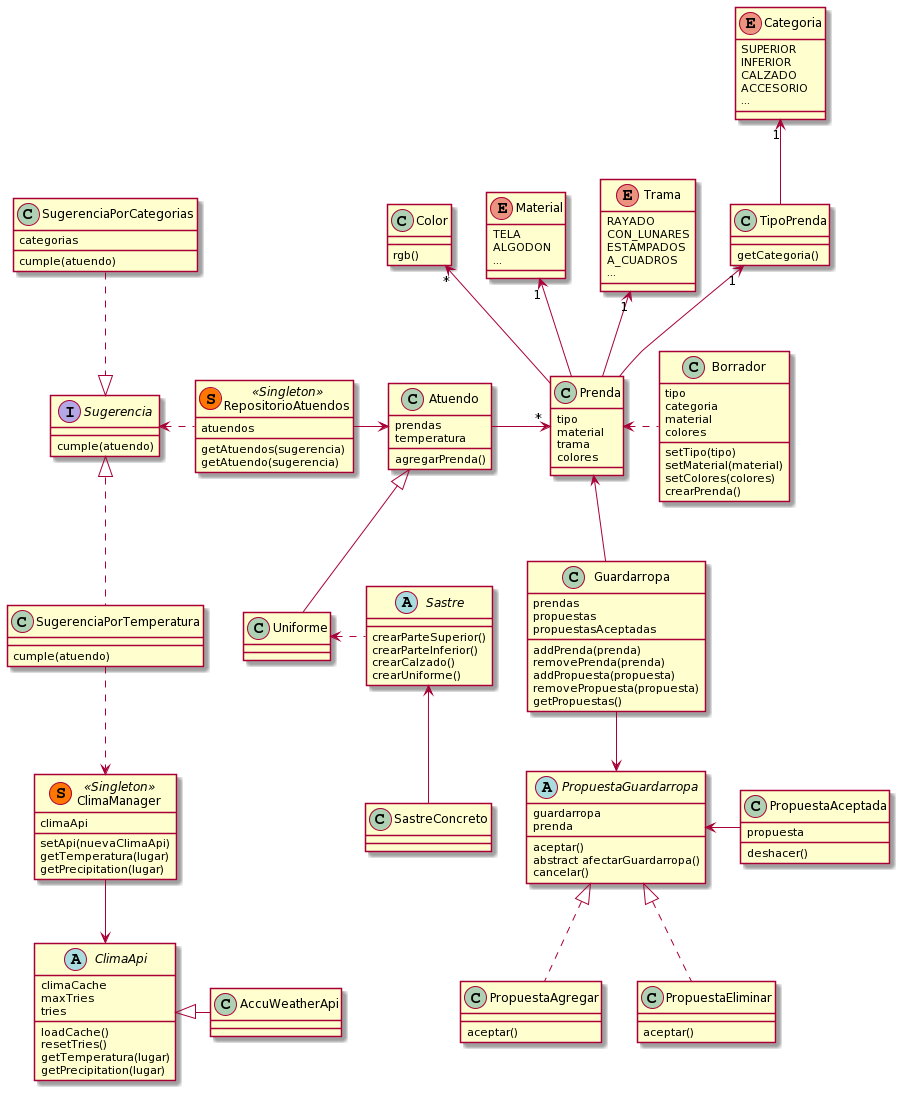
Earlier version of the PlantUML export QMP5/diagrama.png (igonzalezmartin/QMP1). The source it was exported from:
```plantuml
@startuml
enum Categoria{
  SUPERIOR
  INFERIOR
  CALZADO
  ACCESORIO
  ...
}

enum Material {
    TELA
    ALGODON
    ...
}

enum Trama{
    RAYADO
    CON_LUNARES
    ESTAMPADOS
    A_CUADROS
    ...
}

class TipoPrenda{
  getCategoria()
}


class Color {
  rgb()
}



class Prenda {
  tipo
  material
  trama
  colores
}

class Atuendo {
  prendas
  temperatura
  agregarPrenda()
}

class Borrador{
    tipo
    categoria
    material
    colores
    setTipo(tipo)
    setMaterial(material)
    setColores(colores)
    crearPrenda()
}



class Uniforme{

}

abstract class Sastre{
    crearParteSuperior()
    crearParteInferior()
    crearCalzado()
    crearUniforme()
}

class SastreConcreto{

}



class Guardarropa{
    prendas
    propuestas
    propuestasAceptadas

    addPrenda(prenda)
    removePrenda(prenda)
    addPropuesta(propuesta)
    removePropuesta(propuesta)
    getPropuestas()
}

abstract class PropuestaGuardarropa{
    guardarropa
    prenda

    aceptar()
    abstract afectarGuardarropa()
    cancelar()
}

class PropuestaAgregar{
    aceptar()
}

class PropuestaEliminar{
    aceptar()
}

class PropuestaAceptada{
    propuesta
    deshacer()
}



class RepositorioAtuendos << (S,#FF7700) Singleton >>{
    atuendos

    getAtuendos(sugerencia)
    getAtuendo(sugerencia)
}

interface Sugerencia{
    cumple(atuendo)
}

class SugerenciaPorTemperatura{
    cumple(atuendo)
}

class SugerenciaPorCategorias{
    categorias
    cumple(atuendo)
}



class ClimaManager << (S,#FF7700) Singleton >>{
    climaApi
    setApi(nuevaClimaApi)
    getTemperatura(lugar)
    getPrecipitation(lugar)
}

abstract class ClimaApi{
    climaCache
    maxTries
    tries

    loadCache()
    resetTries()
    getTemperatura(lugar)
    getPrecipitation(lugar)
}



Atuendo -> "*" Prenda
Borrador .left.> Prenda

Prenda -up-> "1" TipoPrenda
Prenda -up-> "1" Trama
Prenda -up-> "1" Material
Prenda -up-> "*" Color
TipoPrenda -up-> "1" Categoria

Uniforme -up-|> Atuendo
Sastre .left.> Uniforme
SastreConcreto -up-> Sastre


Guardarropa -up-> Prenda
Guardarropa -down-> PropuestaGuardarropa
PropuestaAgregar .up.|> PropuestaGuardarropa
PropuestaEliminar .up.|> PropuestaGuardarropa
PropuestaAceptada -left-> PropuestaGuardarropa



RepositorioAtuendos -right-> Atuendo
RepositorioAtuendos .left.> Sugerencia
SugerenciaPorTemperatura .up.|> Sugerencia
SugerenciaPorCategorias .down.|> Sugerencia


SugerenciaPorTemperatura .down.> ClimaManager
ClimaManager -down-> ClimaApi
AccuWeatherApi -left-|> ClimaApi
@enduml
```
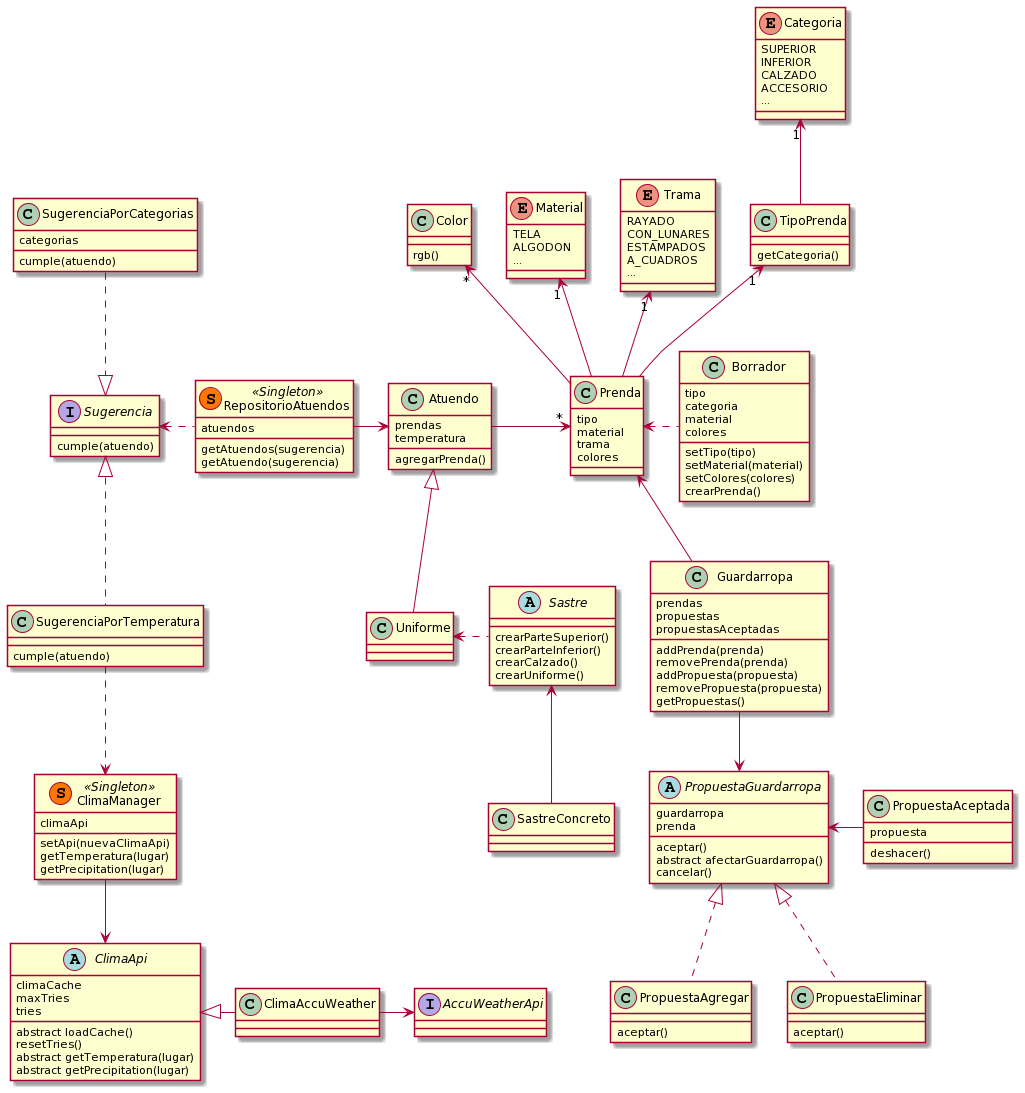
Above is the later version.

Commit message:
AccuWeather fix diagrama + codigo

Diff of the diagram source:
```diff
@@ -145,10 +145,18 @@
     maxTries
     tries
 
-    loadCache()
+    abstract loadCache()
     resetTries()
-    getTemperatura(lugar)
-    getPrecipitation(lugar)
+    abstract getTemperatura(lugar)
+    abstract getPrecipitation(lugar)
+}
+
+class ClimaAccuWeather{
+
+}
+
+interface AccuWeatherApi{
+
 }
 
 
@@ -183,5 +191,6 @@
 
 SugerenciaPorTemperatura .down.> ClimaManager
 ClimaManager -down-> ClimaApi
-AccuWeatherApi -left-|> ClimaApi
+ClimaAccuWeather -left-|> ClimaApi
+ClimaAccuWeather -right-> AccuWeatherApi
 @enduml
```
